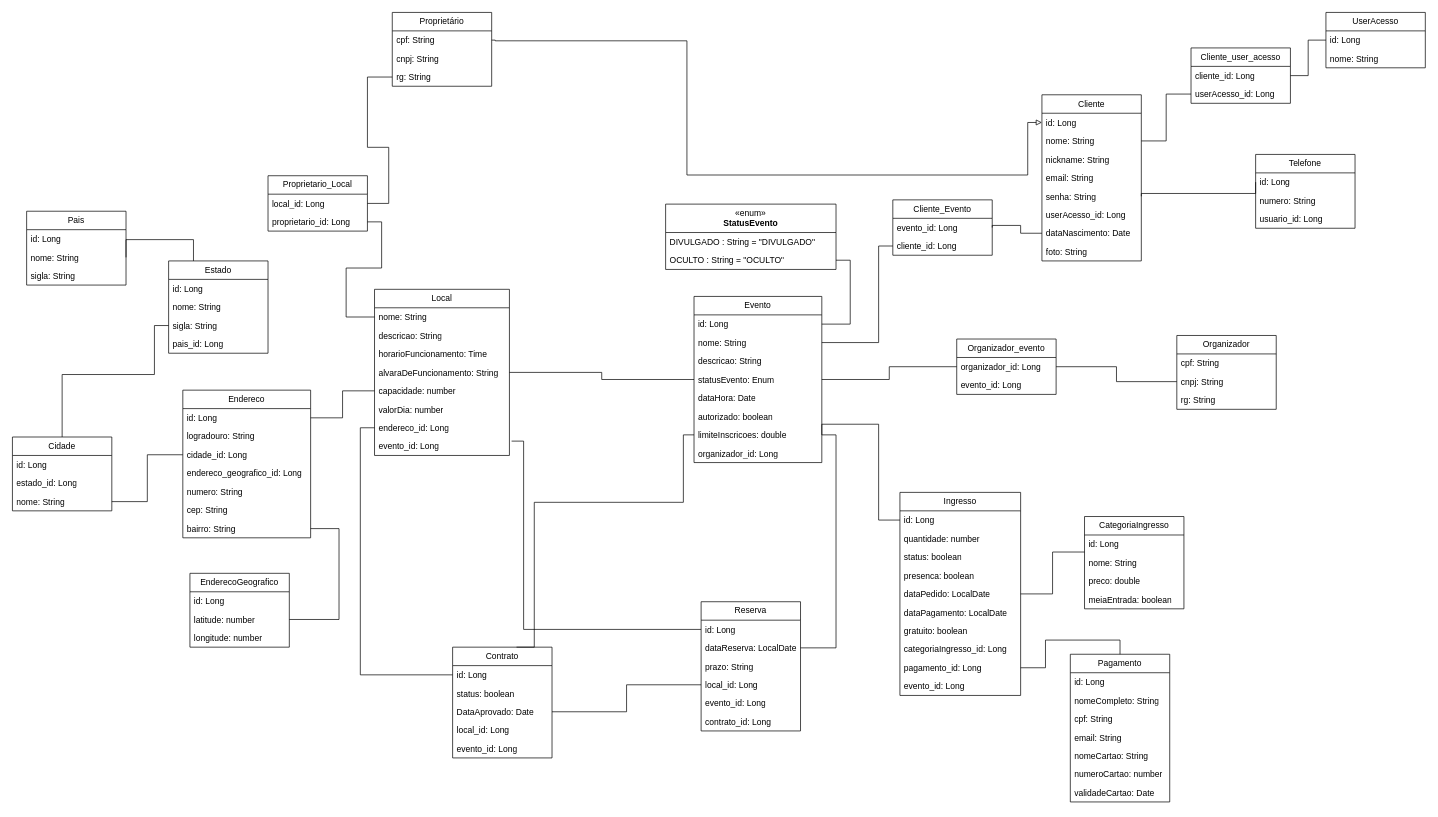
This is DiagramaDeClassesPokando.drawio from ChumeLabs-Pokando/Pokando, a draw.io file, before an edit. Source tidied: cells renumbered, new cells numbered last; positions are measured from the earlier drawing's top-left corner, leaving out a move shared by most shapes. Both pictures are drawn from the tidied source at 71%, with x=0, y=0 at pixel (12, 12).
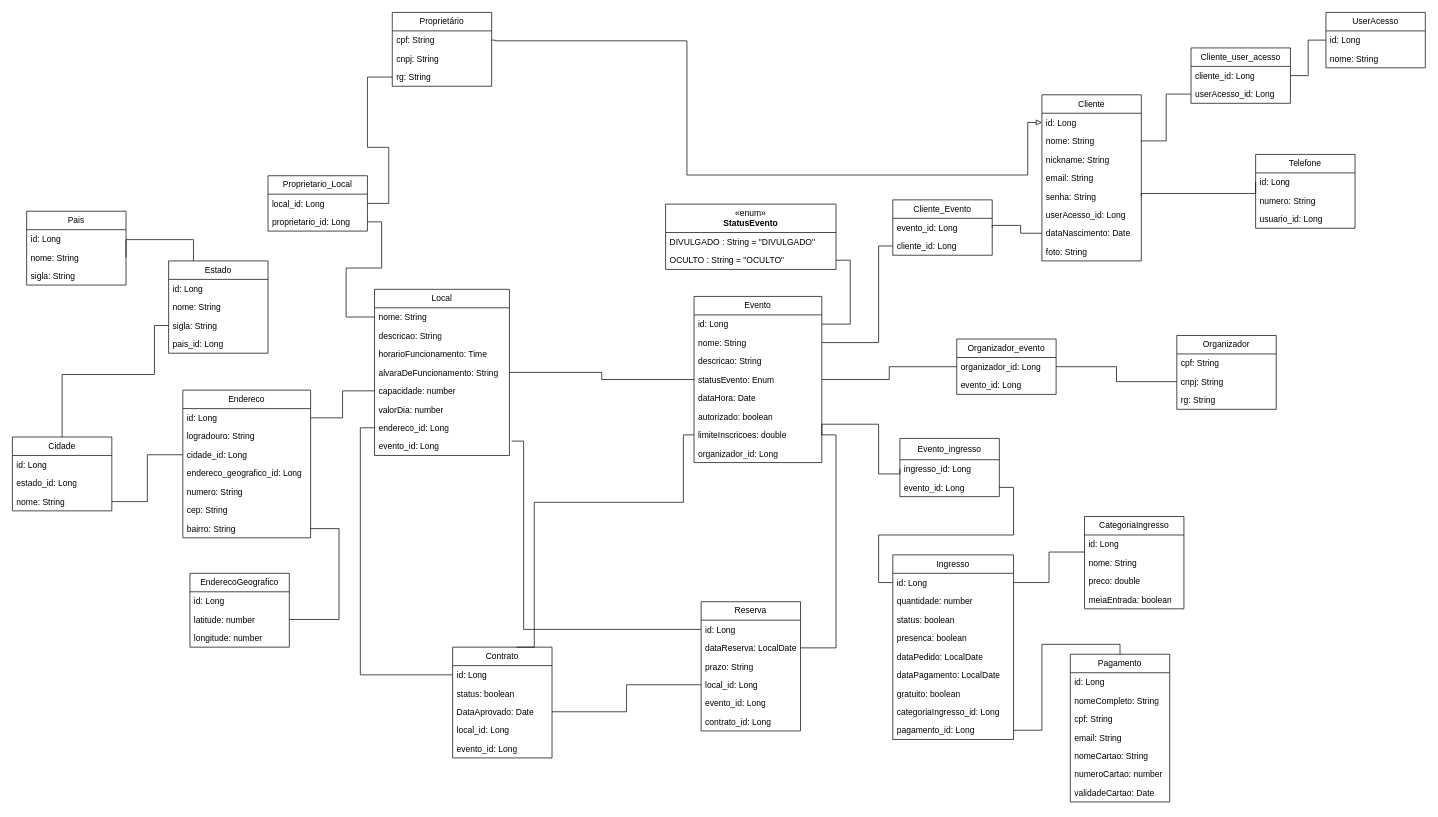
Above is the later version.

The change refers to these unchanged cells:
```xml
<mxCell id="32" value="id: Long" style="text;strokeColor=none;fillColor=none;align=left;verticalAlign=top;spacingLeft=4;spacingRight=4;overflow=hidden;points=[[0,0.5],[1,0.5]];portConstraint=eastwest;whiteSpace=wrap;html=1;" parent="31" vertex="1">
  <mxGeometry y="26" width="170" height="26" as="geometry" />
</mxCell>
<mxCell id="36" value="dataPedido: LocalDate" style="text;strokeColor=none;fillColor=none;align=left;verticalAlign=top;spacingLeft=4;spacingRight=4;overflow=hidden;points=[[0,0.5],[1,0.5]];portConstraint=eastwest;whiteSpace=wrap;html=1;" parent="31" vertex="1">
  <mxGeometry y="130" width="170" height="26" as="geometry" />
</mxCell>
<mxCell id="40" value="pagamento_id: Long" style="text;strokeColor=none;fillColor=none;align=left;verticalAlign=top;spacingLeft=4;spacingRight=4;overflow=hidden;points=[[0,0.5],[1,0.5]];portConstraint=eastwest;whiteSpace=wrap;html=1;" parent="31" vertex="1">
  <mxGeometry y="234" width="170" height="26" as="geometry" />
</mxCell>
<mxCell id="43" value="id: Long" style="text;strokeColor=none;fillColor=none;align=left;verticalAlign=top;spacingLeft=4;spacingRight=4;overflow=hidden;points=[[0,0.5],[1,0.5]];portConstraint=eastwest;whiteSpace=wrap;html=1;" parent="42" vertex="1">
  <mxGeometry y="26" width="140" height="26" as="geometry" />
</mxCell>
<mxCell id="48" value="Pagamento" style="swimlane;fontStyle=0;horizontal=1;startSize=26;fillColor=none;whiteSpace=wrap;html=1;" parent="1" vertex="1">
  <mxGeometry x="1490" y="904" width="140" height="208" as="geometry" />
</mxCell>
<mxCell id="77" value="limiteInscricoes: double" style="text;strokeColor=none;fillColor=none;align=left;verticalAlign=top;spacingLeft=4;spacingRight=4;overflow=hidden;points=[[0,0.5],[1,0.5]];portConstraint=eastwest;whiteSpace=wrap;html=1;" parent="70" vertex="1">
  <mxGeometry y="182" width="180" height="26" as="geometry" />
</mxCell>
```

The edit, as a diff of the source:
```diff
@@
     <mxCell id="31" value="Ingresso" style="swimlane;fontStyle=0;horizontal=1;startSize=26;fillColor=none;whiteSpace=wrap;html=1;" parent="1" vertex="1">
-      <mxGeometry x="1250" y="676" width="170" height="286" as="geometry" />
+      <mxGeometry x="1240" y="764" width="170" height="260" as="geometry" />
     </mxCell>
@@
-    <mxCell id="41" value="&lt;div&gt;evento_id: Long&lt;/div&gt;" style="text;strokeColor=none;fillColor=none;align=left;verticalAlign=top;spacingLeft=4;spacingRight=4;overflow=hidden;points=[[0,0.5],[1,0.5]];portConstraint=eastwest;whiteSpace=wrap;html=1;" parent="31" vertex="1">
-      <mxGeometry y="260" width="170" height="26" as="geometry" />
-    </mxCell>
@@
     <mxCell id="47" style="edgeStyle=orthogonalEdgeStyle;rounded=0;jettySize=auto;html=1;exitX=0.5;exitY=0;exitDx=0;exitDy=0;entryX=1;entryY=0.5;entryDx=0;entryDy=0;endArrow=none;startFill=0;" parent="1" edge="1" source="48" target="40">
-      <mxGeometry relative="1" as="geometry" />
+      <mxGeometry relative="1" as="geometry">
+        <Array as="points">
+          <mxPoint x="1560" y="890" />
+          <mxPoint x="1450" y="890" />
+          <mxPoint x="1450" y="1011" />
+        </Array>
+      </mxGeometry>
     </mxCell>
@@
-    <mxCell id="99" style="edgeStyle=orthogonalEdgeStyle;rounded=0;jettySize=auto;html=1;exitX=0;exitY=0.923;exitDx=0;exitDy=0;entryX=1;entryY=0.5;entryDx=0;entryDy=0;endArrow=none;startFill=0;exitPerimeter=0;" parent="1" edge="1" source="43" target="36">
-      <mxGeometry relative="1" as="geometry" />
+    <mxCell id="99" style="edgeStyle=orthogonalEdgeStyle;rounded=0;jettySize=auto;html=1;exitX=0;exitY=0.923;exitDx=0;exitDy=0;entryX=1;entryY=0.5;entryDx=0;entryDy=0;endArrow=none;startFill=0;exitPerimeter=0;" parent="1" edge="1" source="43" target="32">
+      <mxGeometry relative="1" as="geometry">
+        <Array as="points">
+          <mxPoint x="1460" y="760" />
+          <mxPoint x="1460" y="803" />
+        </Array>
+      </mxGeometry>
     </mxCell>
@@
-    <mxCell id="108" style="edgeStyle=orthogonalEdgeStyle;rounded=0;jettySize=auto;html=1;exitX=0;exitY=0.5;exitDx=0;exitDy=0;entryX=1;entryY=0.5;entryDx=0;entryDy=0;endArrow=none;startFill=0;" parent="1" edge="1" source="32" target="77">
+    <mxCell id="108" style="edgeStyle=orthogonalEdgeStyle;rounded=0;jettySize=auto;html=1;exitX=0;exitY=0.5;exitDx=0;exitDy=0;entryX=1;entryY=0.5;entryDx=0;entryDy=0;endArrow=none;startFill=0;" parent="1" edge="1" source="147" target="77">
       <mxGeometry relative="1" as="geometry">
         <Array as="points">
-          <mxPoint x="1220" y="715" />
+          <mxPoint x="1250" y="650" />
+          <mxPoint x="1220" y="650" />
           <mxPoint x="1220" y="580" />
           <mxPoint x="1140" y="580" />
         </Array>
       </mxGeometry>
     </mxCell>
@@
+    <mxCell id="146" value="Evento_ingresso" style="swimlane;fontStyle=0;horizontal=1;startSize=30;fillColor=none;whiteSpace=wrap;html=1;" parent="1" vertex="1">
+      <mxGeometry x="1250" y="600" width="140" height="82" as="geometry" />
+    </mxCell>
+    <mxCell id="147" value="ingresso_id: Long" style="text;strokeColor=none;fillColor=none;align=left;verticalAlign=top;spacingLeft=4;spacingRight=4;overflow=hidden;points=[[0,0.5],[1,0.5]];portConstraint=eastwest;whiteSpace=wrap;html=1;" parent="146" vertex="1">
+      <mxGeometry y="30" width="140" height="26" as="geometry" />
+    </mxCell>
+    <mxCell id="41" value="evento_id: Long" style="text;strokeColor=none;fillColor=none;align=left;verticalAlign=top;spacingLeft=4;spacingRight=4;overflow=hidden;points=[[0,0.5],[1,0.5]];portConstraint=eastwest;whiteSpace=wrap;html=1;" parent="146" vertex="1">
+      <mxGeometry y="56" width="140" height="26" as="geometry" />
+    </mxCell>
+    <mxCell id="148" style="edgeStyle=orthogonalEdgeStyle;rounded=0;jettySize=auto;html=1;exitX=0;exitY=0.5;exitDx=0;exitDy=0;entryX=1;entryY=0.5;entryDx=0;entryDy=0;endArrow=none;endFill=0;" parent="1" edge="1" source="32" target="41">
+      <mxGeometry relative="1" as="geometry" />
+    </mxCell>
```
